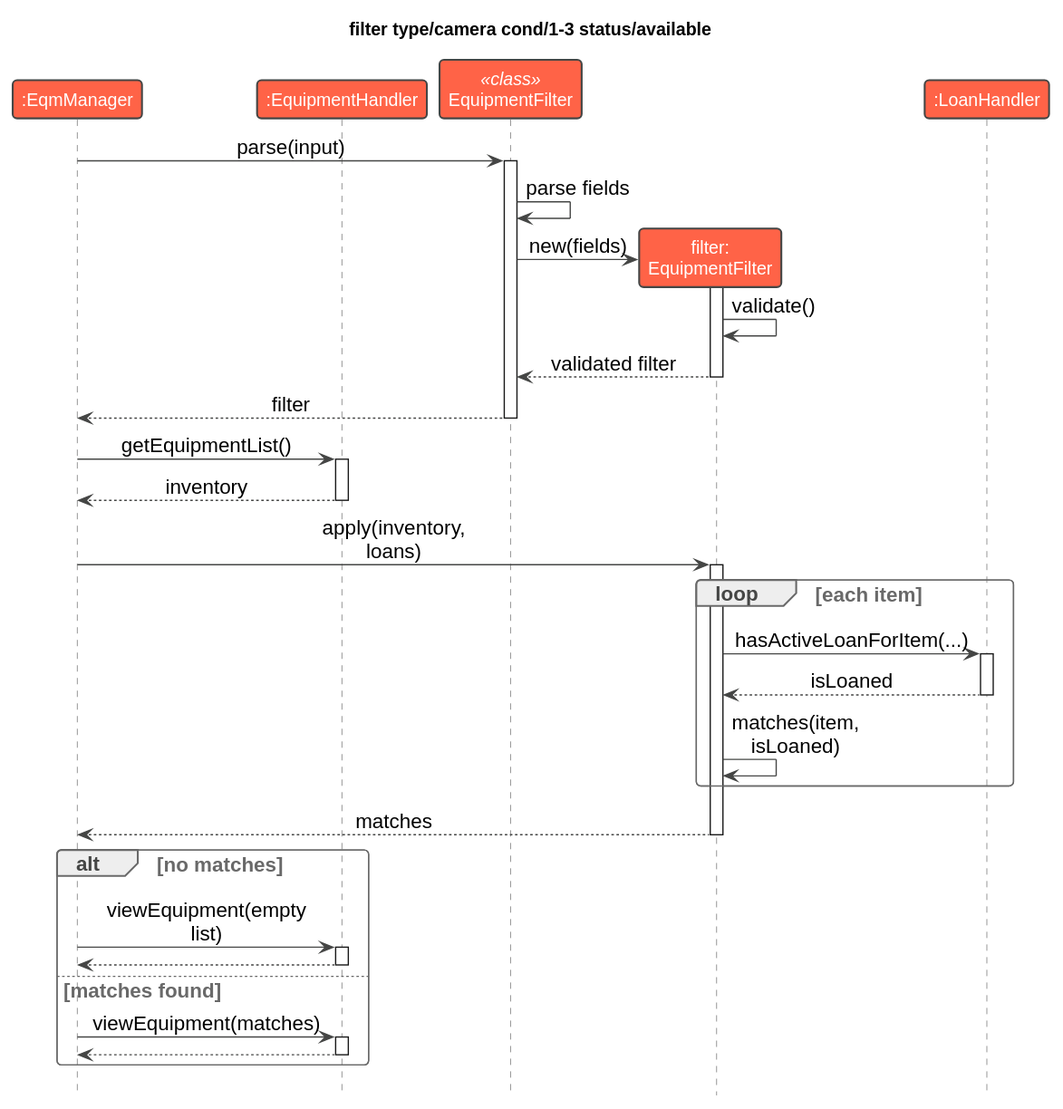
Before: docs/images/EquipmentFilterSequence.svg, a diagram exported from PlantUML (AY2627S1-CS2113-W13-1/tp).
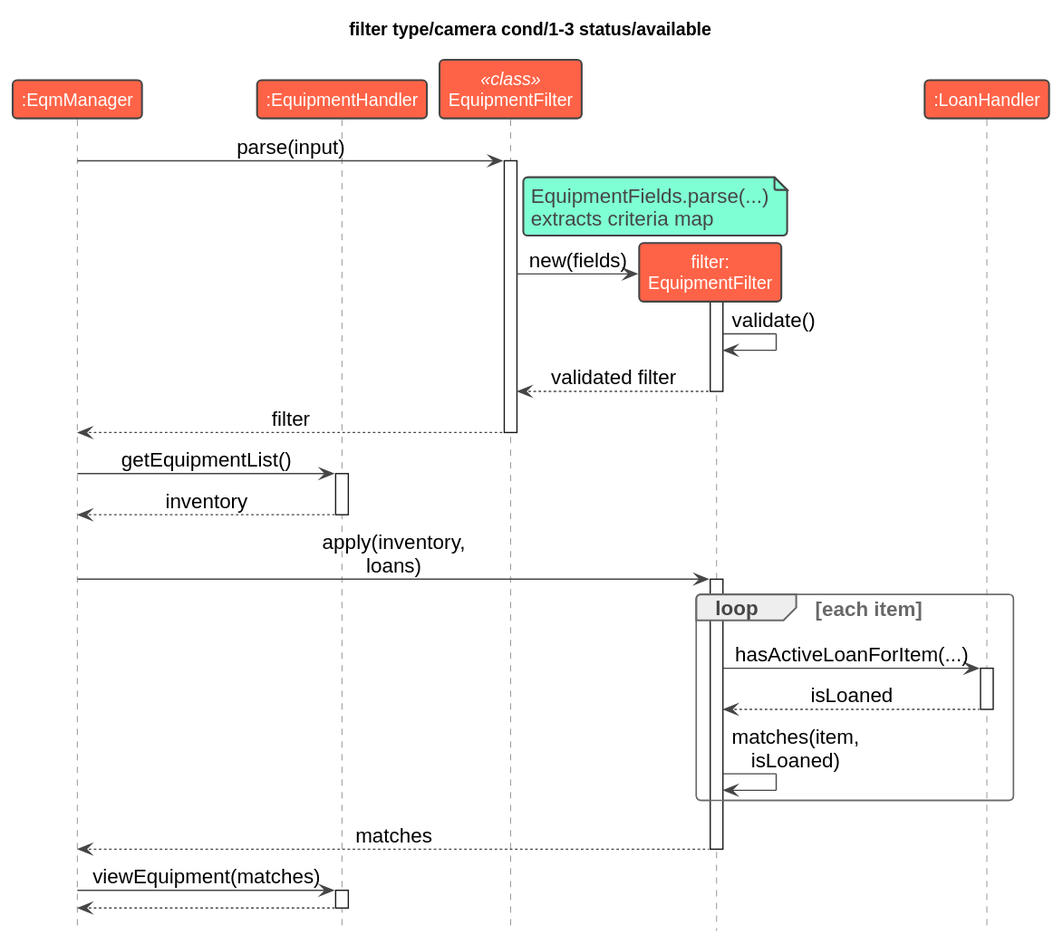
The same diagram one commit later.

Change to the diagram source:
```diff
@@ -16,7 +16,10 @@
 
 Manager -> Parsing : parse(input)
 activate Parsing
-Parsing -> Parsing : parse fields
+note right of Parsing
+EquipmentFields.parse(...)
+extracts criteria map
+end note
 create Filter
 Parsing -> Filter : new(fields)
 activate Filter
@@ -40,15 +43,8 @@
 end
 Filter --> Manager : matches
 deactivate Filter
-alt no matches
-    Manager -> Inventory : viewEquipment(empty list)
-    activate Inventory
-    Inventory --> Manager
-    deactivate Inventory
-else matches found
-    Manager -> Inventory : viewEquipment(matches)
-    activate Inventory
-    Inventory --> Manager
-    deactivate Inventory
-end
+Manager -> Inventory : viewEquipment(matches)
+activate Inventory
+Inventory --> Manager
+deactivate Inventory
 @enduml
```
